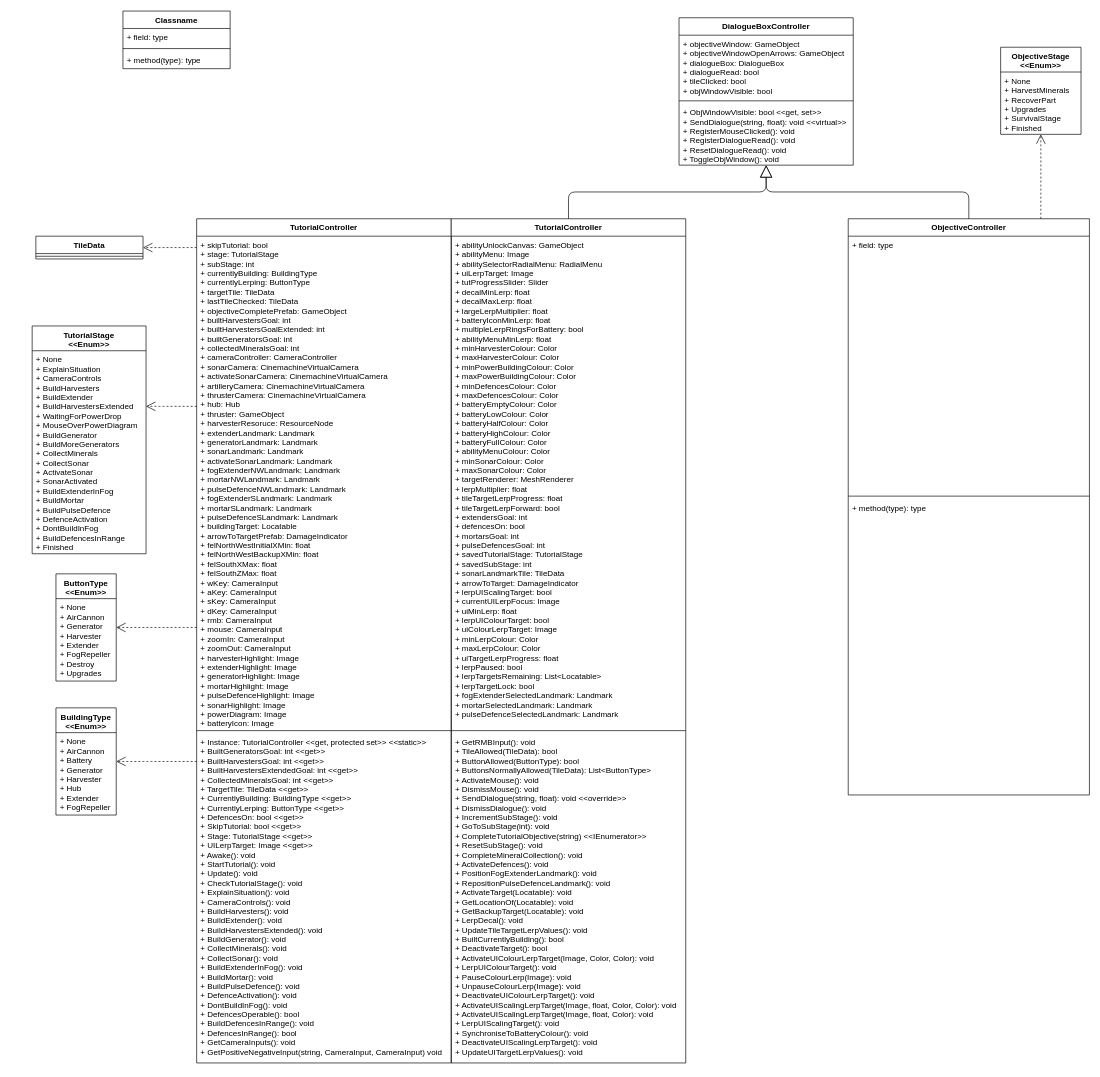
Earlier version of the draw.io diagram 31 - DOC - Custom Project D Level/Tutorial Current UML.drawio (huf0001/COS30031GamesProgramming). Source tidied: cells renumbered, new cells numbered last; positions are measured from the earlier drawing's top-left corner, leaving out a move shared by most shapes. Both pictures are drawn from the tidied source at 67%, with x=0, y=0 at pixel (31, 11).
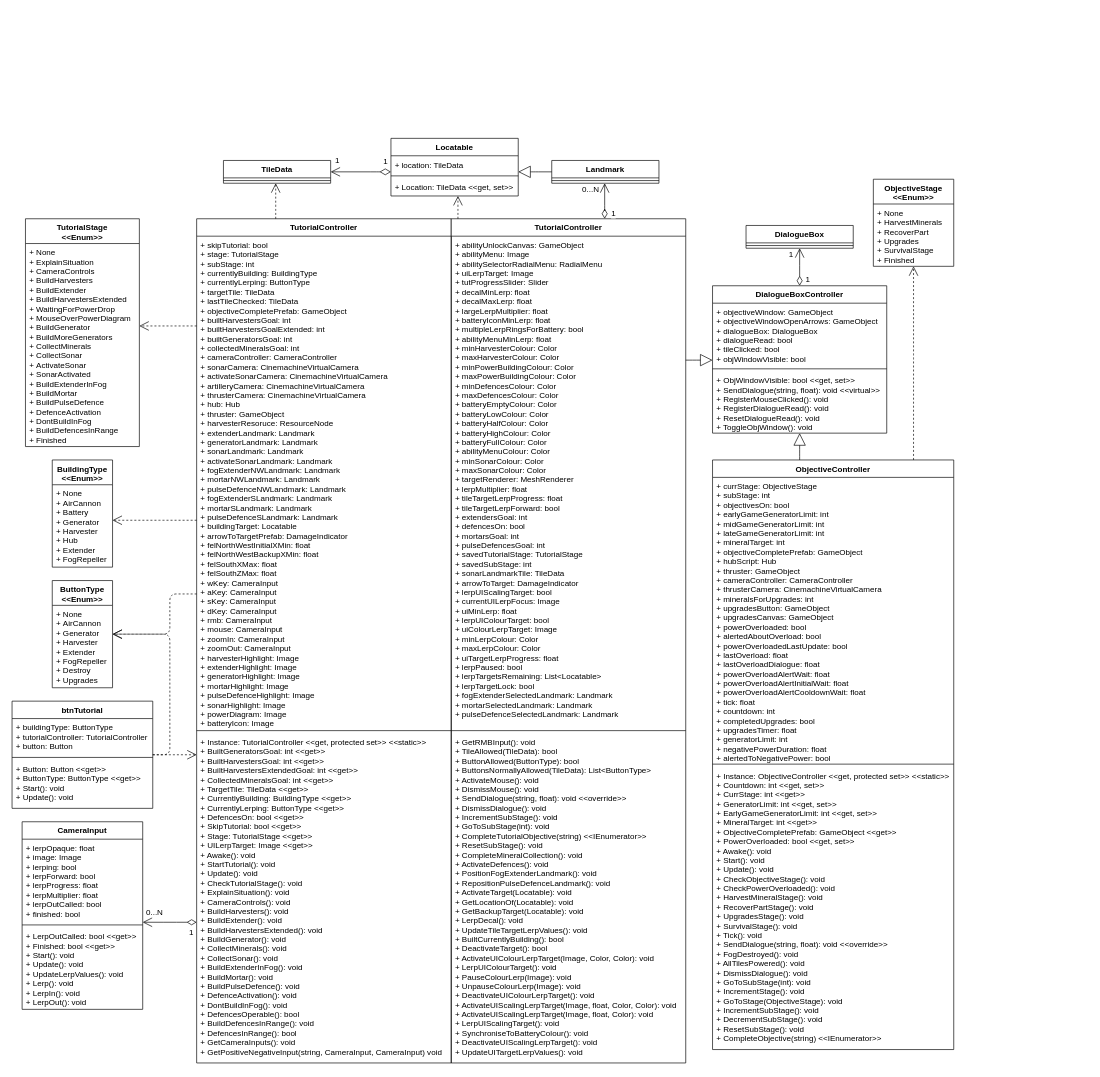
Above is the later version.

Commit message (it also covers changes not shown here):
More diagram content and screenshots for the report.

The change refers to these unchanged cells:
```xml
<mxCell id="8" value="TutorialController" style="swimlane;fontStyle=1;align=center;verticalAlign=top;horizontal=1;startSize=26;" parent="1" vertex="1">
  <mxGeometry x="246" y="310" width="380" height="1260" as="geometry" />
</mxCell>
<mxCell id="26" value="TutorialController" style="swimlane;fontStyle=1;align=center;verticalAlign=top;horizontal=1;startSize=26;" parent="1" vertex="1">
  <mxGeometry x="626" y="310" width="350" height="1260" as="geometry" />
</mxCell>
```

Change to the diagram source:
```diff
@@
     <mxCell id="2" value="TutorialStage&#10;&lt;&lt;Enum&gt;&gt;" style="swimlane;fontStyle=1;align=center;verticalAlign=top;horizontal=1;startSize=37;" parent="1" vertex="1">
-      <mxGeometry x="0.5" y="470" width="170" height="340" as="geometry" />
+      <mxGeometry x="-9.5" y="310" width="170" height="340" as="geometry" />
     </mxCell>
@@
     <mxCell id="4" value="DialogueBoxController" style="swimlane;fontStyle=1;align=center;verticalAlign=top;horizontal=1;startSize=26;" parent="1" vertex="1">
-      <mxGeometry x="966" y="10" width="260" height="220" as="geometry" />
+      <mxGeometry x="1016" y="410" width="260" height="220" as="geometry" />
     </mxCell>
@@
-    <mxCell id="12" value="Classname" style="swimlane;fontStyle=1;align=center;verticalAlign=top;horizontal=1;startSize=26;" parent="1" vertex="1">
-      <mxGeometry x="136" width="160" height="86" as="geometry" />
+    <mxCell id="12" value="DialogueBox" style="swimlane;fontStyle=1;align=center;verticalAlign=top;horizontal=1;startSize=26;" parent="1" vertex="1">
+      <mxGeometry x="1066" y="320" width="160" height="34" as="geometry" />
     </mxCell>
-    <mxCell id="13" value="+ field: type" style="text;strokeColor=none;fillColor=none;align=left;verticalAlign=top;spacingLeft=4;spacingRight=4;overflow=hidden;" parent="12" vertex="1">
-      <mxGeometry y="26" width="160" height="26" as="geometry" />
-    </mxCell>
     <mxCell id="14" style="line;strokeWidth=1;fillColor=none;align=left;verticalAlign=middle;spacingTop=-1;spacingLeft=3;spacingRight=3;labelPosition=right;" parent="12" vertex="1">
-      <mxGeometry y="52" width="160" height="8" as="geometry" />
+      <mxGeometry y="26" width="160" height="8" as="geometry" />
     </mxCell>
-    <mxCell id="15" value="+ method(type): type" style="text;strokeColor=none;fillColor=none;align=left;verticalAlign=top;spacingLeft=4;spacingRight=4;overflow=hidden;" parent="12" vertex="1">
-      <mxGeometry y="60" width="160" height="26" as="geometry" />
-    </mxCell>
     <mxCell id="16" value="ButtonType&#10;&lt;&lt;Enum&gt;&gt;" style="swimlane;fontStyle=1;align=center;verticalAlign=top;horizontal=1;startSize=37;" parent="1" vertex="1">
-      <mxGeometry x="36" y="840" width="90" height="160" as="geometry" />
+      <mxGeometry x="30.5" y="850" width="90" height="160" as="geometry" />
     </mxCell>
@@
     <mxCell id="18" value="ObjectiveController" style="swimlane;fontStyle=1;align=center;verticalAlign=top;horizontal=1;startSize=26;" parent="1" vertex="1">
-      <mxGeometry x="1218.5" y="310" width="360" height="860" as="geometry" />
+      <mxGeometry x="1016" y="670" width="360" height="880" as="geometry" />
     </mxCell>
-    <mxCell id="19" value="+ field: type" style="text;strokeColor=none;fillColor=none;align=left;verticalAlign=top;spacingLeft=4;spacingRight=4;overflow=hidden;" parent="18" vertex="1">
-      <mxGeometry y="26" width="360" height="384" as="geometry" />
+    <mxCell id="19" value="+ currStage: ObjectiveStage&#10;+ subStage: int&#10;+ objectivesOn: bool&#10;+ earlyGameGeneratorLimit: int&#10;+ midGameGeneratorLimit: int&#10;+ lateGameGeneratorLimit: int&#10;+ mineralTarget: int&#10;+ objectiveCompletePrefab: GameObject&#10;+ hubScript: Hub&#10;+ thruster: GameObject&#10;+ cameraController: CameraController&#10;+ thrusterCamera: CinemachineVirtualCamera&#10;+ mineralsForUpgrades: int&#10;+ upgradesButton: GameObject&#10;+ upgradesCanvas: GameObject&#10;+ powerOverloaded: bool&#10;+ alertedAboutOverload: bool&#10;+ powerOverloadedLastUpdate: bool&#10;+ lastOverload: float&#10;+ lastOverloadDialogue: float&#10;+ powerOverloadAlertWait: float&#10;+ powerOverloadAlertInitialWait: float&#10;+ powerOverloadAlertCooldownWait: float&#10;+ tick: float&#10;+ countdown: int&#10;+ completedUpgrades: bool&#10;+ upgradesTimer: float&#10;+ generatorLimit: int&#10;+ negativePowerDuration: float&#10;+ alertedToNegativePower: bool" style="text;strokeColor=none;fillColor=none;align=left;verticalAlign=top;spacingLeft=4;spacingRight=4;overflow=hidden;" parent="18" vertex="1">
+      <mxGeometry y="26" width="360" height="424" as="geometry" />
     </mxCell>
     <mxCell id="20" style="line;strokeWidth=1;fillColor=none;align=left;verticalAlign=middle;spacingTop=-1;spacingLeft=3;spacingRight=3;labelPosition=right;" parent="18" vertex="1">
-      <mxGeometry y="410" width="360" height="8" as="geometry" />
+      <mxGeometry y="450" width="360" height="8" as="geometry" />
     </mxCell>
-    <mxCell id="21" value="+ method(type): type" style="text;strokeColor=none;fillColor=none;align=left;verticalAlign=top;spacingLeft=4;spacingRight=4;overflow=hidden;" parent="18" vertex="1">
-      <mxGeometry y="418" width="360" height="442" as="geometry" />
+    <mxCell id="21" value="+ Instance: ObjectiveController &lt;&lt;get, protected set&gt;&gt; &lt;&lt;static&gt;&gt;&#10;+ Countdown: int &lt;&lt;get, set&gt;&gt;&#10;+ CurrStage: int &lt;&lt;get&gt;&gt;&#10;+ GeneratorLimit: int &lt;&lt;get, set&gt;&gt;&#10;+ EarlyGameGeneratorLimit: int &lt;&lt;get, set&gt;&gt;&#10;+ MineralTarget: int &lt;&lt;get&gt;&gt;&#10;+ ObjectiveCompletePrefab: GameObject &lt;&lt;get&gt;&gt;&#10;+ PowerOverloaded: bool &lt;&lt;get, set&gt;&gt;&#10;+ Awake(): void&#10;+ Start(): void&#10;+ Update(): void&#10;+ CheckObjectiveStage(): void&#10;+ CheckPowerOverloaded(): void&#10;+ HarvestMineralStage(): void&#10;+ RecoverPartStage(): void&#10;+ UpgradesStage(): void&#10;+ SurvivalStage(): void&#10;+ Tick(): void&#10;+ SendDialogue(string, float): void &lt;&lt;override&gt;&gt;&#10;+ FogDestroyed(): void&#10;+ AllTilesPowered(): void&#10;+ DismissDialogue(): void&#10;+ GoToSubStage(int): void&#10;+ IncrementStage(): void&#10;+ GoToStage(ObjectiveStage): void&#10;+ IncrementSubStage(): void&#10;+ DecrementSubStage(): void&#10;+ ResetSubStage(): void&#10;+ CompleteObjective(string) &lt;&lt;IEnumerator&gt;&gt;" style="text;strokeColor=none;fillColor=none;align=left;verticalAlign=top;spacingLeft=4;spacingRight=4;overflow=hidden;" parent="18" vertex="1">
+      <mxGeometry y="458" width="360" height="422" as="geometry" />
     </mxCell>
     <mxCell id="22" value="BuildingType&#10;&lt;&lt;Enum&gt;&gt;" style="swimlane;fontStyle=1;align=center;verticalAlign=top;horizontal=1;startSize=37;" parent="1" vertex="1">
-      <mxGeometry x="36" y="1040" width="90" height="160" as="geometry" />
+      <mxGeometry x="30.5" y="670" width="90" height="160" as="geometry" />
     </mxCell>
@@
     <mxCell id="24" value="TileData" style="swimlane;fontStyle=1;align=center;verticalAlign=top;horizontal=1;startSize=26;" parent="1" vertex="1">
-      <mxGeometry x="6" y="336" width="160" height="34" as="geometry" />
+      <mxGeometry x="286" y="223" width="160" height="34" as="geometry" />
     </mxCell>
@@
     <mxCell id="30" value="ObjectiveStage&#10;&lt;&lt;Enum&gt;&gt;" style="swimlane;fontStyle=1;align=center;verticalAlign=top;horizontal=1;startSize=37;" parent="1" vertex="1">
-      <mxGeometry x="1446" y="54" width="120" height="130" as="geometry" />
+      <mxGeometry x="1256" y="251" width="120" height="130" as="geometry" />
     </mxCell>
@@
     <mxCell id="32" style="endArrow=block;endSize=16;endFill=0;html=1;edgeStyle=orthogonalEdgeStyle;" parent="1" edge="1" source="26" target="4">
-      <mxGeometry x="-0.25" relative="1" as="geometry" />
+      <mxGeometry x="-0.25" relative="1" as="geometry">
+        <Array as="points">
+          <mxPoint x="986" y="521" />
+          <mxPoint x="986" y="521" />
+        </Array>
+      </mxGeometry>
     </mxCell>
     <mxCell id="33" style="endArrow=block;endSize=16;endFill=0;html=1;edgeStyle=orthogonalEdgeStyle;" parent="1" edge="1" source="18" target="4">
-      <mxGeometry x="-0.25" relative="1" as="geometry" />
+      <mxGeometry x="-0.25" relative="1" as="geometry">
+        <Array as="points">
+          <mxPoint x="1146" y="660" />
+          <mxPoint x="1146" y="660" />
+        </Array>
+      </mxGeometry>
     </mxCell>
     <mxCell id="34" style="endArrow=open;endSize=12;dashed=1;html=1;edgeStyle=orthogonalEdgeStyle;" parent="1" edge="1" source="8" target="24">
       <mxGeometry relative="1" as="geometry">
         <Array as="points">
-          <mxPoint x="206" y="353" />
-          <mxPoint x="206" y="353" />
+          <mxPoint x="364" y="300" />
+          <mxPoint x="364" y="300" />
         </Array>
       </mxGeometry>
     </mxCell>
     <mxCell id="35" style="endArrow=open;endSize=12;dashed=1;html=1;edgeStyle=orthogonalEdgeStyle;" parent="1" edge="1" source="18" target="30">
       <mxGeometry relative="1" as="geometry">
         <Array as="points">
-          <mxPoint x="1506" y="270" />
-          <mxPoint x="1506" y="270" />
+          <mxPoint x="1316" y="510" />
+          <mxPoint x="1316" y="510" />
         </Array>
       </mxGeometry>
     </mxCell>
     <mxCell id="36" style="endArrow=open;endSize=12;dashed=1;html=1;edgeStyle=orthogonalEdgeStyle;" parent="1" edge="1" source="8" target="2">
       <mxGeometry relative="1" as="geometry">
         <Array as="points">
-          <mxPoint x="196" y="590" />
-          <mxPoint x="196" y="590" />
+          <mxPoint x="216" y="470" />
+          <mxPoint x="216" y="470" />
         </Array>
       </mxGeometry>
     </mxCell>
     <mxCell id="37" style="endArrow=open;endSize=12;dashed=1;html=1;edgeStyle=orthogonalEdgeStyle;" parent="1" edge="1" source="8" target="16">
       <mxGeometry relative="1" as="geometry">
         <Array as="points">
-          <mxPoint x="216" y="920" />
-          <mxPoint x="216" y="920" />
+          <mxPoint x="206" y="870" />
+          <mxPoint x="206" y="930" />
         </Array>
       </mxGeometry>
     </mxCell>
     <mxCell id="38" style="endArrow=open;endSize=12;dashed=1;html=1;edgeStyle=orthogonalEdgeStyle;" parent="1" edge="1" source="8" target="22">
       <mxGeometry relative="1" as="geometry">
         <Array as="points">
-          <mxPoint x="176" y="1120" />
-          <mxPoint x="176" y="1120" />
+          <mxPoint x="186" y="760" />
+          <mxPoint x="186" y="760" />
         </Array>
       </mxGeometry>
     </mxCell>
+    <mxCell id="39" value="Landmark" style="swimlane;fontStyle=1;align=center;verticalAlign=top;horizontal=1;startSize=26;" parent="1" vertex="1">
+      <mxGeometry x="776" y="223" width="160" height="34" as="geometry" />
+    </mxCell>
+    <mxCell id="40" style="line;strokeWidth=1;fillColor=none;align=left;verticalAlign=middle;spacingTop=-1;spacingLeft=3;spacingRight=3;labelPosition=right;" parent="39" vertex="1">
+      <mxGeometry y="26" width="160" height="8" as="geometry" />
+    </mxCell>
+    <mxCell id="41" value="Locatable" style="swimlane;fontStyle=1;align=center;verticalAlign=top;horizontal=1;startSize=26;" parent="1" vertex="1">
+      <mxGeometry x="536" y="190" width="190" height="86" as="geometry" />
+    </mxCell>
+    <mxCell id="42" value="+ location: TileData" style="text;strokeColor=none;fillColor=none;align=left;verticalAlign=top;spacingLeft=4;spacingRight=4;overflow=hidden;" parent="41" vertex="1">
+      <mxGeometry y="26" width="190" height="26" as="geometry" />
+    </mxCell>
+    <mxCell id="43" style="line;strokeWidth=1;fillColor=none;align=left;verticalAlign=middle;spacingTop=-1;spacingLeft=3;spacingRight=3;labelPosition=right;" parent="41" vertex="1">
+      <mxGeometry y="52" width="190" height="8" as="geometry" />
+    </mxCell>
+    <mxCell id="44" value="+ Location: TileData &lt;&lt;get, set&gt;&gt;" style="text;strokeColor=none;fillColor=none;align=left;verticalAlign=top;spacingLeft=4;spacingRight=4;overflow=hidden;" parent="41" vertex="1">
+      <mxGeometry y="60" width="190" height="26" as="geometry" />
+    </mxCell>
+    <mxCell id="45" style="endArrow=open;endSize=12;dashed=1;html=1;edgeStyle=orthogonalEdgeStyle;" parent="1" edge="1" source="26" target="41">
+      <mxGeometry relative="1" as="geometry">
+        <Array as="points">
+          <mxPoint x="636" y="300" />
+          <mxPoint x="636" y="300" />
+        </Array>
+      </mxGeometry>
+    </mxCell>
+    <mxCell id="46" style="endArrow=open;endSize=12;html=1;edgeStyle=orthogonalEdgeStyle;startArrow=diamondThin;startFill=0;targetPerimeterSpacing=0;startSize=12;" parent="1" edge="1" source="26" target="39">
+      <mxGeometry relative="1" as="geometry">
+        <Array as="points">
+          <mxPoint x="855" y="300" />
+          <mxPoint x="855" y="300" />
+        </Array>
+      </mxGeometry>
+    </mxCell>
+    <mxCell id="47" value="0...N" style="text;html=1;align=center;verticalAlign=middle;labelBackgroundColor=#ffffff;" parent="46" vertex="1">
+      <mxGeometry x="-0.34" relative="1" as="geometry">
+        <mxPoint x="-22" y="-26.5" as="offset" />
+      </mxGeometry>
+    </mxCell>
+    <mxCell id="48" value="1" style="text;html=1;align=center;verticalAlign=middle;labelBackgroundColor=#ffffff;" parent="46" vertex="1">
+      <mxGeometry x="-0.39" y="-9" relative="1" as="geometry">
+        <mxPoint x="3" y="7" as="offset" />
+      </mxGeometry>
+    </mxCell>
+    <mxCell id="49" style="endArrow=block;endSize=16;endFill=0;html=1;edgeStyle=orthogonalEdgeStyle;" parent="1" edge="1" source="39" target="41">
+      <mxGeometry relative="1" as="geometry">
+        <Array as="points">
+          <mxPoint x="746" y="240" />
+          <mxPoint x="746" y="240" />
+        </Array>
+      </mxGeometry>
+    </mxCell>
+    <mxCell id="50" style="endArrow=open;html=1;endSize=12;startArrow=diamondThin;startSize=14;startFill=0;edgeStyle=orthogonalEdgeStyle;align=left;verticalAlign=bottom;" parent="1" edge="1" source="41" target="24">
+      <mxGeometry x="-1" y="3" relative="1" as="geometry">
+        <Array as="points">
+          <mxPoint x="516" y="240" />
+          <mxPoint x="516" y="240" />
+        </Array>
+      </mxGeometry>
+    </mxCell>
+    <mxCell id="51" value="1" style="text;html=1;align=center;verticalAlign=middle;labelBackgroundColor=#ffffff;" parent="50" vertex="1">
+      <mxGeometry x="-0.81" y="-2" relative="1" as="geometry">
+        <mxPoint y="-14" as="offset" />
+      </mxGeometry>
+    </mxCell>
+    <mxCell id="52" value="1" style="text;html=1;align=center;verticalAlign=middle;labelBackgroundColor=#ffffff;" parent="50" vertex="1">
+      <mxGeometry x="0.89" y="-1" relative="1" as="geometry">
+        <mxPoint x="4" y="-16" as="offset" />
+      </mxGeometry>
+    </mxCell>
+    <mxCell id="53" value="CameraInput" style="swimlane;fontStyle=1;align=center;verticalAlign=top;horizontal=1;startSize=26;" parent="1" vertex="1">
+      <mxGeometry x="-14.5" y="1210" width="180" height="280" as="geometry" />
+    </mxCell>
+    <mxCell id="54" value="+ lerpOpaque: float&#10;+ image: Image&#10;+ lerping: bool&#10;+ lerpForward: bool&#10;+ lerpProgress: float&#10;+ lerpMultiplier: float&#10;+ lerpOutCalled: bool&#10;+ finished: bool" style="text;strokeColor=none;fillColor=none;align=left;verticalAlign=top;spacingLeft=4;spacingRight=4;overflow=hidden;" parent="53" vertex="1">
+      <mxGeometry y="26" width="180" height="124" as="geometry" />
+    </mxCell>
+    <mxCell id="55" style="line;strokeWidth=1;fillColor=none;align=left;verticalAlign=middle;spacingTop=-1;spacingLeft=3;spacingRight=3;labelPosition=right;" parent="53" vertex="1">
+      <mxGeometry y="150" width="180" height="8" as="geometry" />
+    </mxCell>
+    <mxCell id="56" value="+ LerpOutCalled: bool &lt;&lt;get&gt;&gt;&#10;+ Finished: bool &lt;&lt;get&gt;&gt;&#10;+ Start(): void&#10;+ Update(): void&#10;+ UpdateLerpValues(): void&#10;+ Lerp(): void&#10;+ LerpIn(): void&#10;+ LerpOut(): void" style="text;strokeColor=none;fillColor=none;align=left;verticalAlign=top;spacingLeft=4;spacingRight=4;overflow=hidden;" parent="53" vertex="1">
+      <mxGeometry y="158" width="180" height="122" as="geometry" />
+    </mxCell>
+    <mxCell id="57" style="endArrow=open;endSize=12;html=1;edgeStyle=orthogonalEdgeStyle;startArrow=diamondThin;startFill=0;targetPerimeterSpacing=0;startSize=12;" parent="1" edge="1" source="4" target="12">
+      <mxGeometry relative="1" as="geometry">
+        <Array as="points">
+          <mxPoint x="1146" y="380" />
+          <mxPoint x="1146" y="380" />
+        </Array>
+      </mxGeometry>
+    </mxCell>
+    <mxCell id="58" value="1" style="text;html=1;align=center;verticalAlign=middle;labelBackgroundColor=#ffffff;" parent="57" vertex="1">
+      <mxGeometry x="-0.34" relative="1" as="geometry">
+        <mxPoint x="11" y="8" as="offset" />
+      </mxGeometry>
+    </mxCell>
+    <mxCell id="59" value="1" style="text;html=1;align=center;verticalAlign=middle;labelBackgroundColor=#ffffff;" parent="57" vertex="1">
+      <mxGeometry x="-0.39" y="-9" relative="1" as="geometry">
+        <mxPoint x="-23" y="-30" as="offset" />
+      </mxGeometry>
+    </mxCell>
+    <mxCell id="60" value="btnTutorial" style="swimlane;fontStyle=1;align=center;verticalAlign=top;horizontal=1;startSize=26;" parent="1" vertex="1">
+      <mxGeometry x="-29.5" y="1030" width="210" height="160" as="geometry" />
+    </mxCell>
+    <mxCell id="61" value="+ buildingType: ButtonType&#10;+ tutorialController: TutorialController&#10;+ button: Button" style="text;strokeColor=none;fillColor=none;align=left;verticalAlign=top;spacingLeft=4;spacingRight=4;overflow=hidden;" parent="60" vertex="1">
+      <mxGeometry y="26" width="210" height="54" as="geometry" />
+    </mxCell>
+    <mxCell id="62" style="line;strokeWidth=1;fillColor=none;align=left;verticalAlign=middle;spacingTop=-1;spacingLeft=3;spacingRight=3;labelPosition=right;" parent="60" vertex="1">
+      <mxGeometry y="80" width="210" height="8" as="geometry" />
+    </mxCell>
+    <mxCell id="63" value="+ Button: Button &lt;&lt;get&gt;&gt;&#10;+ ButtonType: ButtonType &lt;&lt;get&gt;&gt;&#10;+ Start(): void&#10;+ Update(): void" style="text;strokeColor=none;fillColor=none;align=left;verticalAlign=top;spacingLeft=4;spacingRight=4;overflow=hidden;" parent="60" vertex="1">
+      <mxGeometry y="88" width="210" height="72" as="geometry" />
+    </mxCell>
+    <mxCell id="64" style="endArrow=open;endSize=12;html=1;edgeStyle=orthogonalEdgeStyle;startArrow=diamondThin;startFill=0;targetPerimeterSpacing=0;startSize=12;" parent="1" edge="1" source="8" target="53">
+      <mxGeometry relative="1" as="geometry">
+        <Array as="points">
+          <mxPoint x="206" y="1360" />
+          <mxPoint x="206" y="1360" />
+        </Array>
+      </mxGeometry>
+    </mxCell>
+    <mxCell id="65" value="0...N" style="text;html=1;align=center;verticalAlign=middle;labelBackgroundColor=#ffffff;" parent="64" vertex="1">
+      <mxGeometry x="-0.34" relative="1" as="geometry">
+        <mxPoint x="-36.5" y="-16" as="offset" />
+      </mxGeometry>
+    </mxCell>
+    <mxCell id="66" value="1" style="text;html=1;align=center;verticalAlign=middle;labelBackgroundColor=#ffffff;" parent="64" vertex="1">
+      <mxGeometry x="-0.39" y="-9" relative="1" as="geometry">
+        <mxPoint x="16.5" y="23" as="offset" />
+      </mxGeometry>
+    </mxCell>
+    <mxCell id="67" style="endArrow=open;endSize=12;dashed=1;html=1;edgeStyle=orthogonalEdgeStyle;" parent="1" edge="1" source="60" target="8">
+      <mxGeometry relative="1" as="geometry">
+        <Array as="points">
+          <mxPoint x="216" y="1110" />
+          <mxPoint x="216" y="1110" />
+        </Array>
+      </mxGeometry>
+    </mxCell>
+    <mxCell id="68" style="endArrow=open;endSize=12;dashed=1;html=1;edgeStyle=orthogonalEdgeStyle;" parent="1" edge="1" source="60" target="16">
+      <mxGeometry relative="1" as="geometry">
+        <Array as="points">
+          <mxPoint x="206" y="1110" />
+          <mxPoint x="206" y="930" />
+        </Array>
+      </mxGeometry>
+    </mxCell>
```
